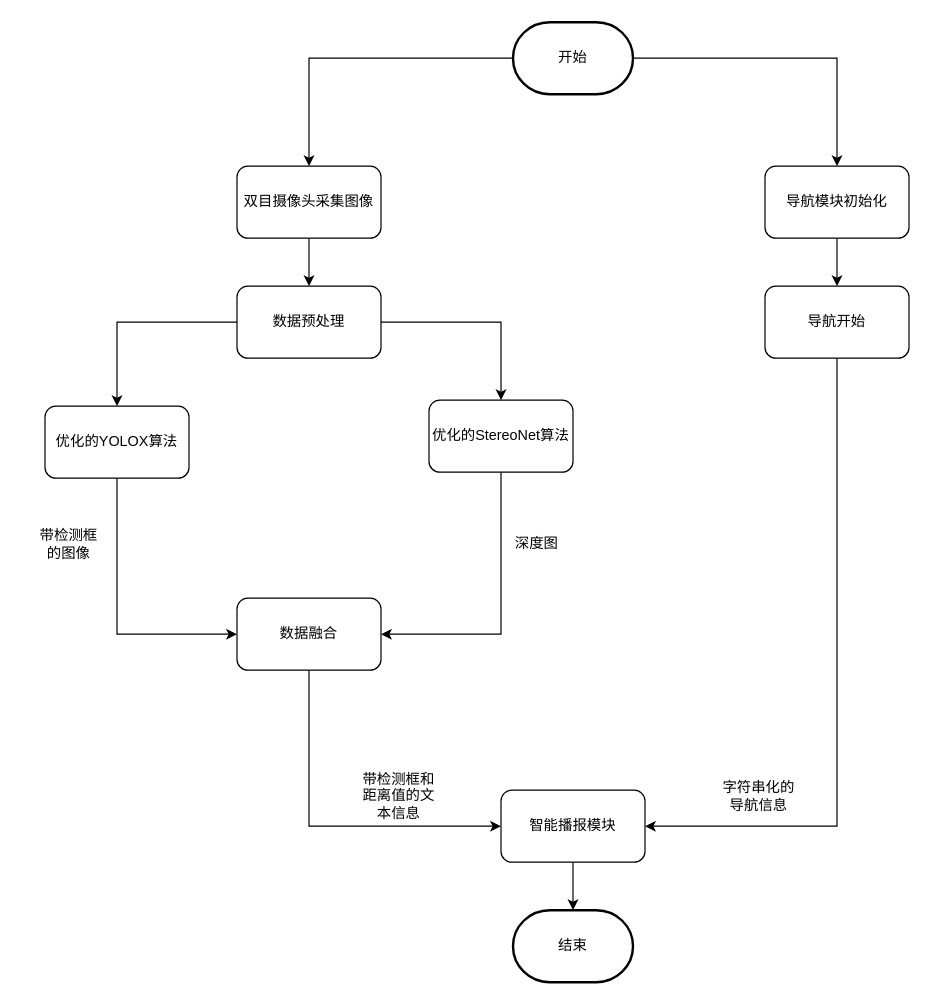
yuxibiwin/draw keeps this draw.io diagram as 智能导盲眼镜整体流程图.drawio. Above is the earlier version. Source tidied: cells renumbered, new cells numbered last; positions are measured from the earlier drawing's top-left corner, leaving out a move shared by most shapes. Both pictures are drawn from the tidied source at 120%, with x=0, y=0 at pixel (32, 22).
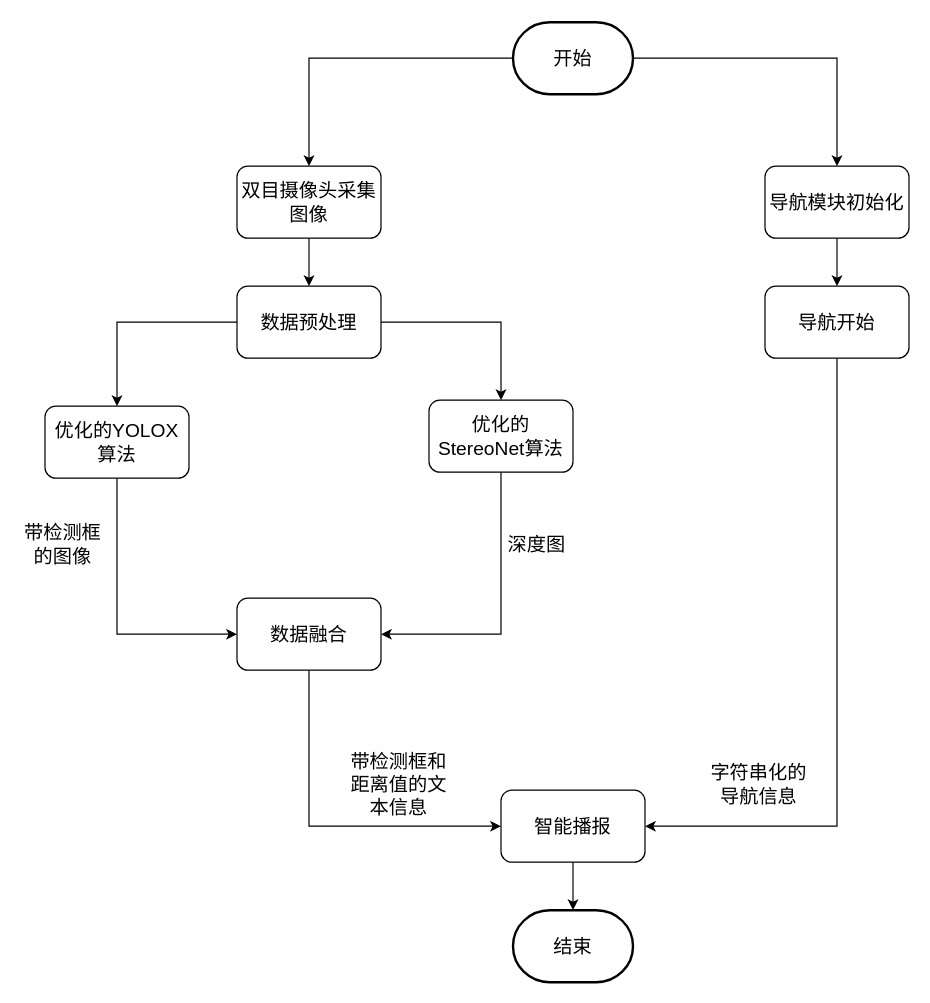
The same diagram, later.

Commit message (it also covers changes not shown here):
更新智能导盲眼镜整体流程图.drawio

What changed in the source:
```diff
@@
-    <mxCell id="2" style="edgeStyle=orthogonalEdgeStyle;rounded=0;jettySize=auto;html=1;entryX=0.5;entryY=0;entryDx=0;entryDy=0;" parent="1" edge="1" source="4" target="7">
+    <mxCell id="2" style="edgeStyle=orthogonalEdgeStyle;rounded=0;jettySize=auto;html=1;entryX=0.5;entryY=0;entryDx=0;entryDy=0;fontSize=16;" parent="1" edge="1" source="4" target="7">
       <mxGeometry relative="1" as="geometry" />
     </mxCell>
-    <mxCell id="3" style="edgeStyle=orthogonalEdgeStyle;rounded=0;jettySize=auto;html=1;entryX=0.5;entryY=0;entryDx=0;entryDy=0;" parent="1" edge="1" source="4" target="9">
+    <mxCell id="3" style="edgeStyle=orthogonalEdgeStyle;rounded=0;jettySize=auto;html=1;entryX=0.5;entryY=0;entryDx=0;entryDy=0;fontSize=16;" parent="1" edge="1" source="4" target="9">
       <mxGeometry relative="1" as="geometry" />
     </mxCell>
-    <mxCell id="4" value="开始" style="strokeWidth=2;html=1;shape=mxgraph.flowchart.terminator;whiteSpace=wrap;" parent="1" vertex="1">
+    <mxCell id="4" value="开始" style="strokeWidth=2;html=1;shape=mxgraph.flowchart.terminator;whiteSpace=wrap;fontSize=16;" parent="1" vertex="1">
       <mxGeometry x="400" width="100" height="60" as="geometry" />
     </mxCell>
-    <mxCell id="5" value="结束" style="strokeWidth=2;html=1;shape=mxgraph.flowchart.terminator;whiteSpace=wrap;" parent="1" vertex="1">
+    <mxCell id="5" value="结束" style="strokeWidth=2;html=1;shape=mxgraph.flowchart.terminator;whiteSpace=wrap;fontSize=16;" parent="1" vertex="1">
       <mxGeometry x="400" y="740" width="100" height="60" as="geometry" />
     </mxCell>
-    <mxCell id="6" style="edgeStyle=orthogonalEdgeStyle;rounded=0;jettySize=auto;html=1;entryX=0.5;entryY=0;entryDx=0;entryDy=0;" parent="1" edge="1" source="7" target="18">
+    <mxCell id="6" style="edgeStyle=orthogonalEdgeStyle;rounded=0;jettySize=auto;html=1;entryX=0.5;entryY=0;entryDx=0;entryDy=0;fontSize=16;" parent="1" edge="1" source="7" target="18">
       <mxGeometry relative="1" as="geometry" />
     </mxCell>
-    <mxCell id="7" value="双目摄像头采集图像" style="rounded=1;whiteSpace=wrap;html=1;" parent="1" vertex="1">
+    <mxCell id="7" value="双目摄像头采集图像" style="rounded=1;whiteSpace=wrap;html=1;fontSize=16;" parent="1" vertex="1">
       <mxGeometry x="170" y="120" width="120" height="60" as="geometry" />
     </mxCell>
-    <mxCell id="8" style="edgeStyle=orthogonalEdgeStyle;rounded=0;jettySize=auto;html=1;exitX=0.5;exitY=1;exitDx=0;exitDy=0;entryX=0.5;entryY=0;entryDx=0;entryDy=0;" parent="1" edge="1" source="9" target="13">
+    <mxCell id="8" style="edgeStyle=orthogonalEdgeStyle;rounded=0;jettySize=auto;html=1;exitX=0.5;exitY=1;exitDx=0;exitDy=0;entryX=0.5;entryY=0;entryDx=0;entryDy=0;fontSize=16;" parent="1" edge="1" source="9" target="13">
       <mxGeometry relative="1" as="geometry" />
     </mxCell>
-    <mxCell id="9" value="导航模块初始化" style="rounded=1;whiteSpace=wrap;html=1;" parent="1" vertex="1">
+    <mxCell id="9" value="导航模块初始化" style="rounded=1;whiteSpace=wrap;html=1;fontSize=16;" parent="1" vertex="1">
       <mxGeometry x="610" y="120" width="120" height="60" as="geometry" />
     </mxCell>
-    <mxCell id="10" style="edgeStyle=orthogonalEdgeStyle;rounded=0;jettySize=auto;html=1;entryX=0;entryY=0.5;entryDx=0;entryDy=0;" parent="1" edge="1" source="11" target="20">
+    <mxCell id="10" style="edgeStyle=orthogonalEdgeStyle;rounded=0;jettySize=auto;html=1;entryX=0;entryY=0.5;entryDx=0;entryDy=0;fontSize=16;" parent="1" edge="1" source="11" target="20">
       <mxGeometry relative="1" as="geometry">
         <Array as="points">
           <mxPoint x="70" y="510" />
         </Array>
       </mxGeometry>
     </mxCell>
-    <mxCell id="11" value="优化的YOLOX算法" style="rounded=1;whiteSpace=wrap;html=1;" parent="1" vertex="1">
+    <mxCell id="11" value="优化的YOLOX算法" style="rounded=1;whiteSpace=wrap;html=1;fontSize=16;" parent="1" vertex="1">
       <mxGeometry x="10" y="320" width="120" height="60" as="geometry" />
     </mxCell>
-    <mxCell id="12" style="edgeStyle=orthogonalEdgeStyle;rounded=0;jettySize=auto;html=1;entryX=1;entryY=0.5;entryDx=0;entryDy=0;" parent="1" edge="1" source="13" target="24">
+    <mxCell id="12" style="edgeStyle=orthogonalEdgeStyle;rounded=0;jettySize=auto;html=1;entryX=1;entryY=0.5;entryDx=0;entryDy=0;fontSize=16;" parent="1" edge="1" source="13" target="24">
       <mxGeometry relative="1" as="geometry">
         <Array as="points">
           <mxPoint x="670" y="670" />
         </Array>
       </mxGeometry>
     </mxCell>
-    <mxCell id="13" value="导航开始" style="rounded=1;whiteSpace=wrap;html=1;" parent="1" vertex="1">
+    <mxCell id="13" value="导航开始" style="rounded=1;whiteSpace=wrap;html=1;fontSize=16;" parent="1" vertex="1">
       <mxGeometry x="610" y="220" width="120" height="60" as="geometry" />
     </mxCell>
-    <mxCell id="14" style="edgeStyle=orthogonalEdgeStyle;rounded=0;jettySize=auto;html=1;entryX=1;entryY=0.5;entryDx=0;entryDy=0;" parent="1" edge="1" source="15" target="20">
+    <mxCell id="14" style="edgeStyle=orthogonalEdgeStyle;rounded=0;jettySize=auto;html=1;entryX=1;entryY=0.5;entryDx=0;entryDy=0;fontSize=16;" parent="1" edge="1" source="15" target="20">
       <mxGeometry relative="1" as="geometry">
         <Array as="points">
           <mxPoint x="390" y="510" />
         </Array>
       </mxGeometry>
     </mxCell>
-    <mxCell id="15" value="优化的StereoNet算法" style="rounded=1;whiteSpace=wrap;html=1;" parent="1" vertex="1">
+    <mxCell id="15" value="优化的StereoNet算法" style="rounded=1;whiteSpace=wrap;html=1;fontSize=16;" parent="1" vertex="1">
       <mxGeometry x="330" y="315" width="120" height="60" as="geometry" />
     </mxCell>
-    <mxCell id="16" style="edgeStyle=orthogonalEdgeStyle;rounded=0;jettySize=auto;html=1;entryX=0.5;entryY=0;entryDx=0;entryDy=0;" parent="1" edge="1" source="18" target="11">
+    <mxCell id="16" style="edgeStyle=orthogonalEdgeStyle;rounded=0;jettySize=auto;html=1;entryX=0.5;entryY=0;entryDx=0;entryDy=0;fontSize=16;" parent="1" edge="1" source="18" target="11">
       <mxGeometry relative="1" as="geometry" />
     </mxCell>
-    <mxCell id="17" style="edgeStyle=orthogonalEdgeStyle;rounded=0;jettySize=auto;html=1;entryX=0.5;entryY=0;entryDx=0;entryDy=0;" parent="1" edge="1" source="18" target="15">
+    <mxCell id="17" style="edgeStyle=orthogonalEdgeStyle;rounded=0;jettySize=auto;html=1;entryX=0.5;entryY=0;entryDx=0;entryDy=0;fontSize=16;" parent="1" edge="1" source="18" target="15">
       <mxGeometry relative="1" as="geometry" />
     </mxCell>
-    <mxCell id="18" value="数据预处理" style="rounded=1;whiteSpace=wrap;html=1;" parent="1" vertex="1">
+    <mxCell id="18" value="数据预处理" style="rounded=1;whiteSpace=wrap;html=1;fontSize=16;" parent="1" vertex="1">
       <mxGeometry x="170" y="220" width="120" height="60" as="geometry" />
     </mxCell>
-    <mxCell id="19" style="edgeStyle=orthogonalEdgeStyle;rounded=0;jettySize=auto;html=1;" parent="1" edge="1" source="20" target="24">
+    <mxCell id="19" style="edgeStyle=orthogonalEdgeStyle;rounded=0;jettySize=auto;html=1;fontSize=16;" parent="1" edge="1" source="20" target="24">
       <mxGeometry relative="1" as="geometry">
         <Array as="points">
           <mxPoint x="230" y="670" />
         </Array>
       </mxGeometry>
     </mxCell>
-    <mxCell id="20" value="数据融合" style="rounded=1;whiteSpace=wrap;html=1;" parent="1" vertex="1">
+    <mxCell id="20" value="数据融合" style="rounded=1;whiteSpace=wrap;html=1;fontSize=16;" parent="1" vertex="1">
       <mxGeometry x="170" y="480" width="120" height="60" as="geometry" />
     </mxCell>
-    <mxCell id="21" value="带检测框的图像" style="text;html=1;strokeColor=none;fillColor=none;align=center;verticalAlign=middle;whiteSpace=wrap;rounded=0;" parent="1" vertex="1">
-      <mxGeometry y="420" width="60" height="30" as="geometry" />
+    <mxCell id="21" value="带检测框的图像" style="text;html=1;strokeColor=none;fillColor=none;align=center;verticalAlign=middle;whiteSpace=wrap;rounded=0;fontSize=16;" parent="1" vertex="1">
+      <mxGeometry x="-10" y="420" width="70" height="30" as="geometry" />
     </mxCell>
-    <mxCell id="22" value="深度图" style="text;html=1;strokeColor=none;fillColor=none;align=center;verticalAlign=middle;whiteSpace=wrap;rounded=0;" parent="1" vertex="1">
+    <mxCell id="22" value="深度图" style="text;html=1;strokeColor=none;fillColor=none;align=center;verticalAlign=middle;whiteSpace=wrap;rounded=0;fontSize=16;" parent="1" vertex="1">
       <mxGeometry x="390" y="420" width="60" height="30" as="geometry" />
     </mxCell>
-    <mxCell id="23" style="edgeStyle=orthogonalEdgeStyle;rounded=0;jettySize=auto;html=1;exitX=0.5;exitY=1;exitDx=0;exitDy=0;entryX=0.5;entryY=0;entryDx=0;entryDy=0;entryPerimeter=0;" parent="1" edge="1" source="24" target="5">
+    <mxCell id="23" style="edgeStyle=orthogonalEdgeStyle;rounded=0;jettySize=auto;html=1;exitX=0.5;exitY=1;exitDx=0;exitDy=0;entryX=0.5;entryY=0;entryDx=0;entryDy=0;entryPerimeter=0;fontSize=16;" parent="1" edge="1" source="24" target="5">
       <mxGeometry relative="1" as="geometry" />
     </mxCell>
-    <mxCell id="24" value="智能播报模块" style="rounded=1;whiteSpace=wrap;html=1;" parent="1" vertex="1">
+    <mxCell id="24" value="智能播报" style="rounded=1;whiteSpace=wrap;html=1;fontSize=16;" parent="1" vertex="1">
       <mxGeometry x="390" y="640" width="120" height="60" as="geometry" />
     </mxCell>
-    <mxCell id="25" value="带检测框和距离值的文本信息" style="text;html=1;strokeColor=none;fillColor=none;align=center;verticalAlign=middle;whiteSpace=wrap;rounded=0;" parent="1" vertex="1">
-      <mxGeometry x="270" y="630" width="70" height="30" as="geometry" />
+    <mxCell id="25" value="带检测框和距离值的文本信息" style="text;html=1;strokeColor=none;fillColor=none;align=center;verticalAlign=middle;whiteSpace=wrap;rounded=0;fontSize=16;" parent="1" vertex="1">
+      <mxGeometry x="260" y="620" width="90" height="30" as="geometry" />
     </mxCell>
-    <mxCell id="26" value="字符串化的导航信息" style="text;html=1;strokeColor=none;fillColor=none;align=center;verticalAlign=middle;whiteSpace=wrap;rounded=0;" parent="1" vertex="1">
-      <mxGeometry x="570" y="630" width="70" height="30" as="geometry" />
+    <mxCell id="26" value="字符串化的导航信息" style="text;html=1;strokeColor=none;fillColor=none;align=center;verticalAlign=middle;whiteSpace=wrap;rounded=0;fontSize=16;" parent="1" vertex="1">
+      <mxGeometry x="560" y="620" width="90" height="30" as="geometry" />
     </mxCell>
```
